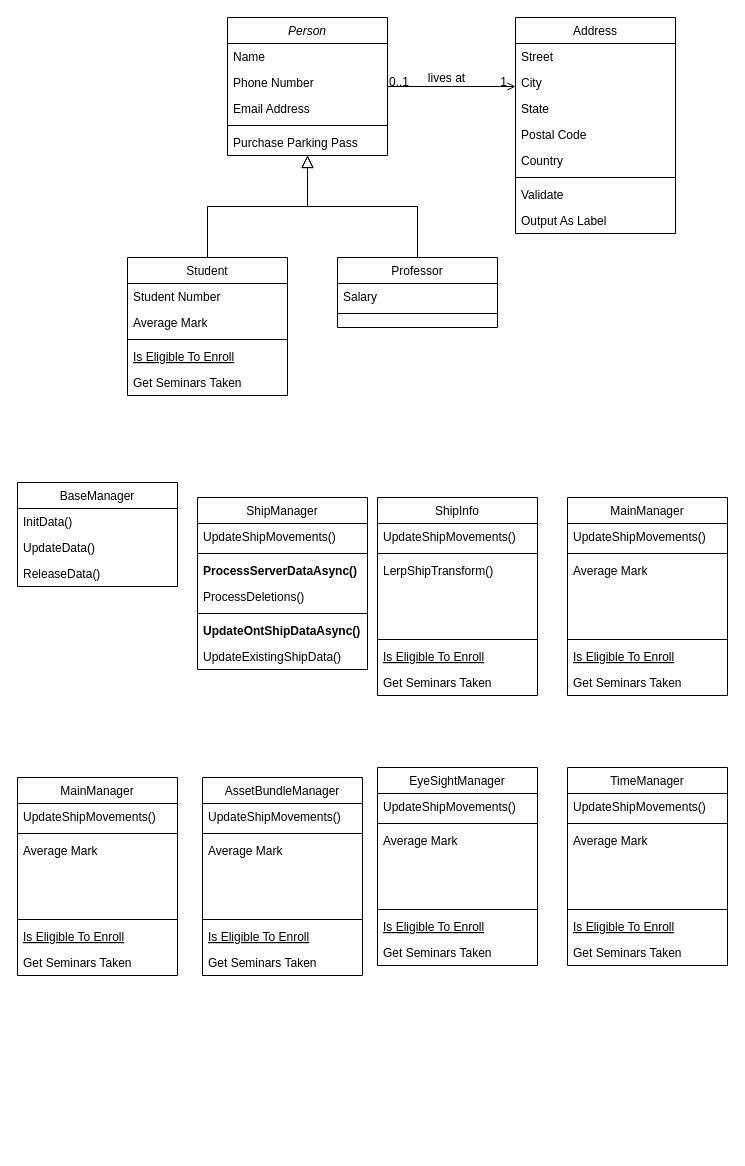
The draw.io diagram MM_Unity6.drawio in duckgoo9/MM-unity6-drawio, before the edit. Source tidied: cells renumbered, new cells numbered last; positions are measured from the earlier drawing's top-left corner, leaving out a move shared by most shapes. Both pictures are drawn from the tidied source at 100%, with x=0, y=0 at pixel (17, 17).
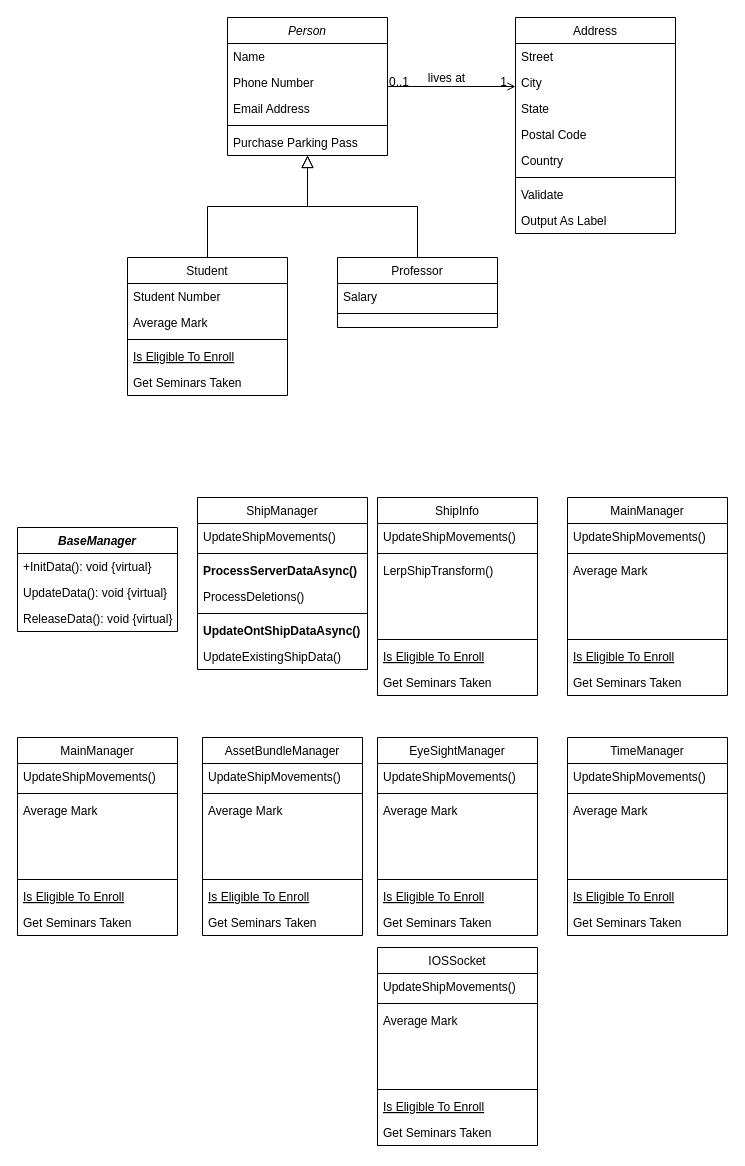
The same diagram, later.

Change to the diagram source:
```diff
@@
-    <mxCell id="58" value="BaseManager" style="swimlane;fontStyle=0;align=center;verticalAlign=top;horizontal=1;startSize=26;rounded=0;shadow=0;strokeWidth=1;" parent="1" vertex="1">
-      <mxGeometry y="465" width="160" height="104" as="geometry" />
+    <mxCell id="58" value="BaseManager" style="swimlane;fontStyle=3;align=center;verticalAlign=top;horizontal=1;startSize=26;rounded=0;shadow=0;strokeWidth=1;" parent="1" vertex="1">
+      <mxGeometry y="510" width="160" height="104" as="geometry" />
     </mxCell>
-    <mxCell id="59" value="InitData()" style="text;align=left;verticalAlign=top;spacingLeft=4;spacingRight=4;overflow=hidden;" parent="58" vertex="1">
+    <mxCell id="59" value="+InitData(): void {virtual} " style="text;align=left;verticalAlign=top;spacingLeft=4;spacingRight=4;overflow=hidden;" parent="58" vertex="1">
       <mxGeometry y="26" width="160" height="26" as="geometry" />
     </mxCell>
-    <mxCell id="60" value="UpdateData()" style="text;align=left;verticalAlign=top;spacingLeft=4;spacingRight=4;overflow=hidden;rounded=0;shadow=0;html=0;" parent="58" vertex="1">
+    <mxCell id="60" value="UpdateData(): void {virtual}" style="text;align=left;verticalAlign=top;spacingLeft=4;spacingRight=4;overflow=hidden;rounded=0;shadow=0;html=0;" parent="58" vertex="1">
       <mxGeometry y="52" width="160" height="26" as="geometry" />
     </mxCell>
-    <mxCell id="61" value="ReleaseData()" style="text;align=left;verticalAlign=top;spacingLeft=4;spacingRight=4;overflow=hidden;" parent="58" vertex="1">
+    <mxCell id="61" value="ReleaseData(): void {virtual}" style="text;align=left;verticalAlign=top;spacingLeft=4;spacingRight=4;overflow=hidden;" parent="58" vertex="1">
       <mxGeometry y="78" width="160" height="26" as="geometry" />
     </mxCell>
     <mxCell id="62" value="MainManager" style="swimlane;fontStyle=0;align=center;verticalAlign=top;horizontal=1;startSize=26;rounded=0;shadow=0;strokeWidth=1;" parent="1" vertex="1">
-      <mxGeometry y="760" width="160" height="198" as="geometry" />
+      <mxGeometry y="720" width="160" height="198" as="geometry" />
     </mxCell>
@@
     <mxCell id="71" value="AssetBundleManager" style="swimlane;fontStyle=0;align=center;verticalAlign=top;horizontal=1;startSize=26;rounded=0;shadow=0;strokeWidth=1;" parent="1" vertex="1">
-      <mxGeometry x="185" y="760" width="160" height="198" as="geometry" />
+      <mxGeometry x="185" y="720" width="160" height="198" as="geometry" />
     </mxCell>
@@
     <mxCell id="80" value="EyeSightManager" style="swimlane;fontStyle=0;align=center;verticalAlign=top;horizontal=1;startSize=26;rounded=0;shadow=0;strokeWidth=1;" parent="1" vertex="1">
-      <mxGeometry x="360" y="750" width="160" height="198" as="geometry" />
+      <mxGeometry x="360" y="720" width="160" height="198" as="geometry" />
     </mxCell>
@@
     <mxCell id="89" value="TimeManager" style="swimlane;fontStyle=0;align=center;verticalAlign=top;horizontal=1;startSize=26;rounded=0;shadow=0;strokeWidth=1;" parent="1" vertex="1">
-      <mxGeometry x="550" y="750" width="160" height="198" as="geometry" />
+      <mxGeometry x="550" y="720" width="160" height="198" as="geometry" />
     </mxCell>
@@
+    <mxCell id="98" value="IOSSocket" style="swimlane;fontStyle=0;align=center;verticalAlign=top;horizontal=1;startSize=26;rounded=0;shadow=0;strokeWidth=1;" parent="1" vertex="1">
+      <mxGeometry x="360" y="930" width="160" height="198" as="geometry" />
+    </mxCell>
+    <mxCell id="99" value="UpdateShipMovements()" style="text;align=left;verticalAlign=top;spacingLeft=4;spacingRight=4;overflow=hidden;" parent="98" vertex="1">
+      <mxGeometry y="26" width="160" height="26" as="geometry" />
+    </mxCell>
+    <mxCell id="100" style="line;html=1;strokeWidth=1;align=left;verticalAlign=middle;spacingTop=-1;spacingLeft=3;spacingRight=3;labelPosition=right;" parent="98" vertex="1">
+      <mxGeometry y="52" width="160" height="8" as="geometry" />
+    </mxCell>
+    <mxCell id="101" value="Average Mark" style="text;align=left;verticalAlign=top;spacingLeft=4;spacingRight=4;overflow=hidden;rounded=0;shadow=0;html=0;" parent="98" vertex="1">
+      <mxGeometry y="60" width="160" height="26" as="geometry" />
+    </mxCell>
+    <mxCell id="102" style="text;align=left;verticalAlign=top;spacingLeft=4;spacingRight=4;overflow=hidden;rounded=0;shadow=0;html=0;" parent="98" vertex="1">
+      <mxGeometry y="86" width="160" height="26" as="geometry" />
+    </mxCell>
+    <mxCell id="103" style="text;align=left;verticalAlign=top;spacingLeft=4;spacingRight=4;overflow=hidden;rounded=0;shadow=0;html=0;" parent="98" vertex="1">
+      <mxGeometry y="112" width="160" height="26" as="geometry" />
+    </mxCell>
+    <mxCell id="104" style="line;html=1;strokeWidth=1;align=left;verticalAlign=middle;spacingTop=-1;spacingLeft=3;spacingRight=3;labelPosition=right;" parent="98" vertex="1">
+      <mxGeometry y="138" width="160" height="8" as="geometry" />
+    </mxCell>
+    <mxCell id="105" value="Is Eligible To Enroll" style="text;align=left;verticalAlign=top;spacingLeft=4;spacingRight=4;overflow=hidden;fontStyle=4;" parent="98" vertex="1">
+      <mxGeometry y="146" width="160" height="26" as="geometry" />
+    </mxCell>
+    <mxCell id="106" value="Get Seminars Taken" style="text;align=left;verticalAlign=top;spacingLeft=4;spacingRight=4;overflow=hidden;" parent="98" vertex="1">
+      <mxGeometry y="172" width="160" height="26" as="geometry" />
+    </mxCell>
```
